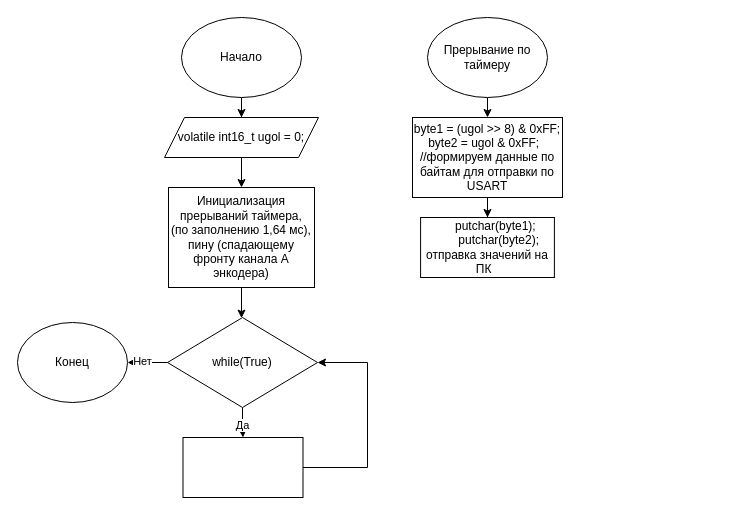
This is Диаграмма без названия.drawio from XFORVARDX/pendulum_control_system, a draw.io file, before an edit. Source tidied: cells renumbered, new cells numbered last; positions are measured from the earlier drawing's top-left corner, leaving out a move shared by most shapes. Both pictures are drawn from the tidied source at 100%, with x=0, y=0 at pixel (17, 17).
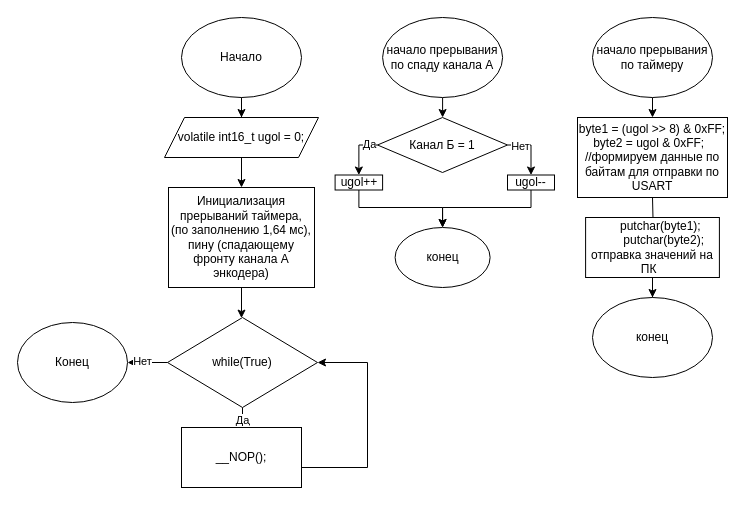
After the change.

Change to the diagram source:
```diff
@@
-    <mxCell id="14" style="whiteSpace=wrap;html=1;" parent="1" vertex="1">
-      <mxGeometry x="165.5" y="420" width="120" height="60" as="geometry" />
+    <mxCell id="14" value="__NOP();" style="whiteSpace=wrap;html=1;" parent="1" vertex="1">
+      <mxGeometry x="164" y="410" width="120" height="60" as="geometry" />
     </mxCell>
@@
     <mxCell id="16" style="edgeStyle=orthogonalEdgeStyle;rounded=0;jettySize=auto;html=1;" parent="1" edge="1" source="17">
       <mxGeometry relative="1" as="geometry">
-        <mxPoint x="470" y="100" as="targetPoint" />
+        <mxPoint x="635" y="100" as="targetPoint" />
       </mxGeometry>
     </mxCell>
-    <mxCell id="17" value="Прерывание по таймеру" style="ellipse;whiteSpace=wrap;html=1;" parent="1" vertex="1">
-      <mxGeometry x="410" width="120" height="80" as="geometry" />
+    <mxCell id="17" value="начало прерывания по таймеру" style="ellipse;whiteSpace=wrap;html=1;" parent="1" vertex="1">
+      <mxGeometry x="575" width="120" height="80" as="geometry" />
     </mxCell>
-    <mxCell id="18" style="edgeStyle=orthogonalEdgeStyle;rounded=0;jettySize=auto;html=1;" parent="1" edge="1" source="19" target="20">
-      <mxGeometry relative="1" as="geometry" />
+    <mxCell id="18" style="edgeStyle=orthogonalEdgeStyle;rounded=0;jettySize=auto;html=1;" parent="1" edge="1" target="20">
+      <mxGeometry relative="1" as="geometry">
+        <mxPoint x="635" y="180" as="sourcePoint" />
+      </mxGeometry>
     </mxCell>
     <mxCell id="19" value="byte1 = (ugol &amp;gt;&amp;gt; 8) &amp;amp; 0xFF;&lt;br&gt;byte2 = ugol &amp;amp; 0xFF;&amp;nbsp;&amp;nbsp;&lt;br&gt;//формируем данные по байтам для отправки по USART" style="rounded=0;whiteSpace=wrap;html=1;" parent="1" vertex="1">
-      <mxGeometry x="395" y="100" width="150" height="80" as="geometry" />
+      <mxGeometry x="560" y="100" width="150" height="80" as="geometry" />
     </mxCell>
+    <mxCell id="21" style="edgeStyle=orthogonalEdgeStyle;rounded=0;jettySize=auto;html=1;" parent="1" edge="1" source="20" target="22">
+      <mxGeometry relative="1" as="geometry" />
+    </mxCell>
     <mxCell id="20" value="&lt;div&gt;&amp;nbsp; &amp;nbsp; &amp;nbsp; &amp;nbsp; putchar(byte1);&amp;nbsp; &amp;nbsp;&lt;/div&gt;&lt;div&gt;&amp;nbsp; &amp;nbsp; &amp;nbsp; &amp;nbsp; putchar(byte2);&amp;nbsp; &lt;br&gt;отправка значений на ПК&amp;nbsp;&amp;nbsp;&lt;/div&gt;" style="whiteSpace=wrap;html=1;rounded=0;" parent="1" vertex="1">
-      <mxGeometry x="403.1" y="200" width="133.8" height="60" as="geometry" />
+      <mxGeometry x="568.1" y="200" width="133.8" height="60" as="geometry" />
     </mxCell>
+    <mxCell id="22" value="конец" style="ellipse;whiteSpace=wrap;html=1;" parent="1" vertex="1">
+      <mxGeometry x="575" y="280" width="120" height="80" as="geometry" />
+    </mxCell>
+    <mxCell id="23" style="edgeStyle=orthogonalEdgeStyle;rounded=0;jettySize=auto;html=1;" parent="1" edge="1" source="24">
+      <mxGeometry relative="1" as="geometry">
+        <mxPoint x="425.1" y="100" as="targetPoint" />
+      </mxGeometry>
+    </mxCell>
+    <mxCell id="24" value="начало прерывания по спаду канала А" style="ellipse;whiteSpace=wrap;html=1;" parent="1" vertex="1">
+      <mxGeometry x="365.1" width="120" height="80" as="geometry" />
+    </mxCell>
+    <mxCell id="25" style="edgeStyle=orthogonalEdgeStyle;rounded=0;jettySize=auto;html=1;" parent="1" edge="1" source="26" target="27">
+      <mxGeometry relative="1" as="geometry">
+        <Array as="points">
+          <mxPoint x="342" y="190" />
+          <mxPoint x="425" y="190" />
+        </Array>
+      </mxGeometry>
+    </mxCell>
+    <mxCell id="26" value="ugol++" style="whiteSpace=wrap;html=1;rounded=0;" parent="1" vertex="1">
+      <mxGeometry x="317.6" y="157.5" width="47.5" height="15" as="geometry" />
+    </mxCell>
+    <mxCell id="27" value="конец" style="ellipse;whiteSpace=wrap;html=1;" parent="1" vertex="1">
+      <mxGeometry x="377.6" y="210" width="95" height="60" as="geometry" />
+    </mxCell>
+    <mxCell id="28" style="edgeStyle=orthogonalEdgeStyle;rounded=0;jettySize=auto;html=1;entryX=0.5;entryY=0;entryDx=0;entryDy=0;" parent="1" edge="1" source="32" target="26">
+      <mxGeometry relative="1" as="geometry">
+        <Array as="points">
+          <mxPoint x="341" y="128" />
+        </Array>
+      </mxGeometry>
+    </mxCell>
+    <mxCell id="29" value="Да" style="edgeLabel;html=1;align=center;verticalAlign=middle;" parent="28" vertex="1">
+      <mxGeometry x="-0.63" y="-1" relative="1" as="geometry" />
+    </mxCell>
+    <mxCell id="30" style="edgeStyle=orthogonalEdgeStyle;rounded=0;jettySize=auto;html=1;entryX=0.5;entryY=0;entryDx=0;entryDy=0;" parent="1" edge="1" source="32" target="34">
+      <mxGeometry relative="1" as="geometry">
+        <Array as="points">
+          <mxPoint x="513" y="128" />
+        </Array>
+      </mxGeometry>
+    </mxCell>
+    <mxCell id="31" value="Нет" style="edgeLabel;html=1;align=center;verticalAlign=middle;" parent="30" vertex="1">
+      <mxGeometry x="-0.54" y="-1" relative="1" as="geometry" />
+    </mxCell>
+    <mxCell id="32" value="Канал Б = 1" style="rhombus;whiteSpace=wrap;html=1;" parent="1" vertex="1">
+      <mxGeometry x="360" y="100" width="130" height="55" as="geometry" />
+    </mxCell>
+    <mxCell id="33" style="edgeStyle=orthogonalEdgeStyle;rounded=0;jettySize=auto;html=1;entryX=0.5;entryY=0;entryDx=0;entryDy=0;" parent="1" edge="1" source="34" target="27">
+      <mxGeometry relative="1" as="geometry">
+        <Array as="points">
+          <mxPoint x="514" y="190" />
+          <mxPoint x="425" y="190" />
+        </Array>
+      </mxGeometry>
+    </mxCell>
+    <mxCell id="34" value="ugol--" style="whiteSpace=wrap;html=1;rounded=0;" parent="1" vertex="1">
+      <mxGeometry x="490" y="157.5" width="47" height="15" as="geometry" />
+    </mxCell>
```
